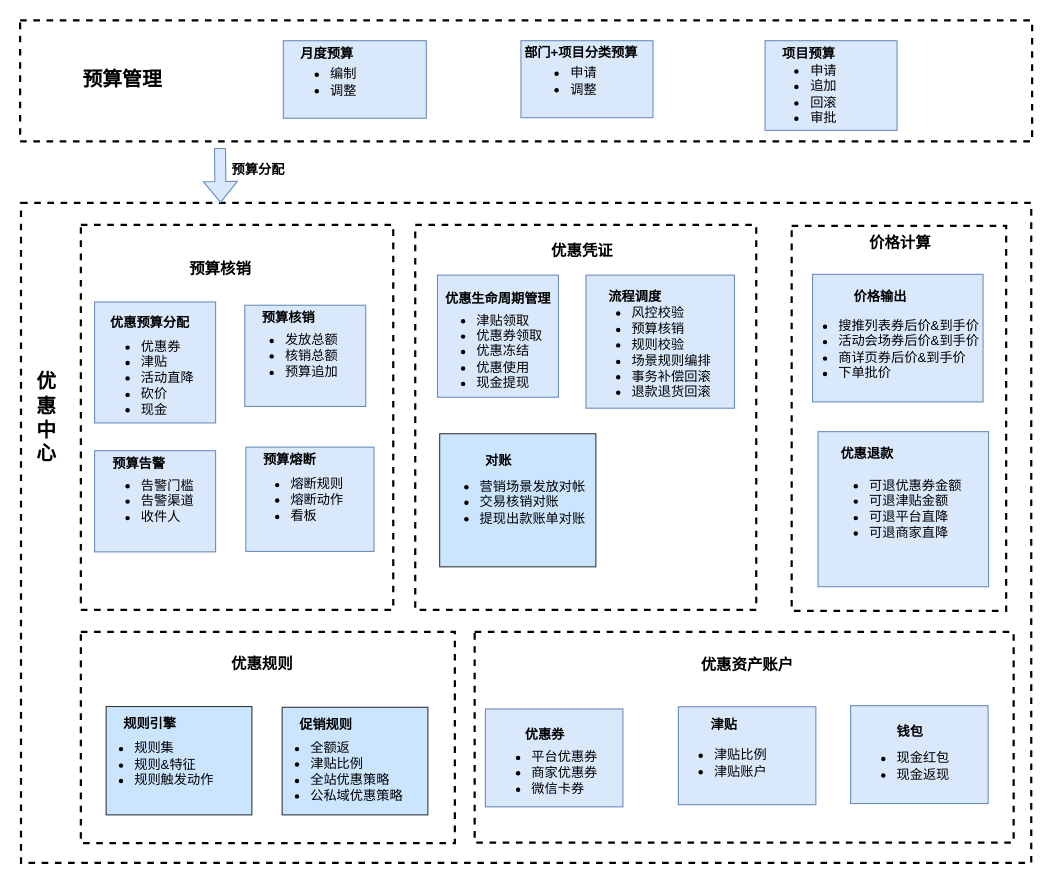
This is page "Copy of 优惠中心业务架构二期" (5 of 27) of Untitled Diagram.drawio from zengcrvip/basedemo, a draw.io file, before an edit. Source tidied: cells renumbered, new cells numbered last; positions are measured from the earlier drawing's top-left corner, leaving out a move shared by most shapes. Both pictures are drawn from the tidied source at 110%, with x=0, y=0 at pixel (20, 20).
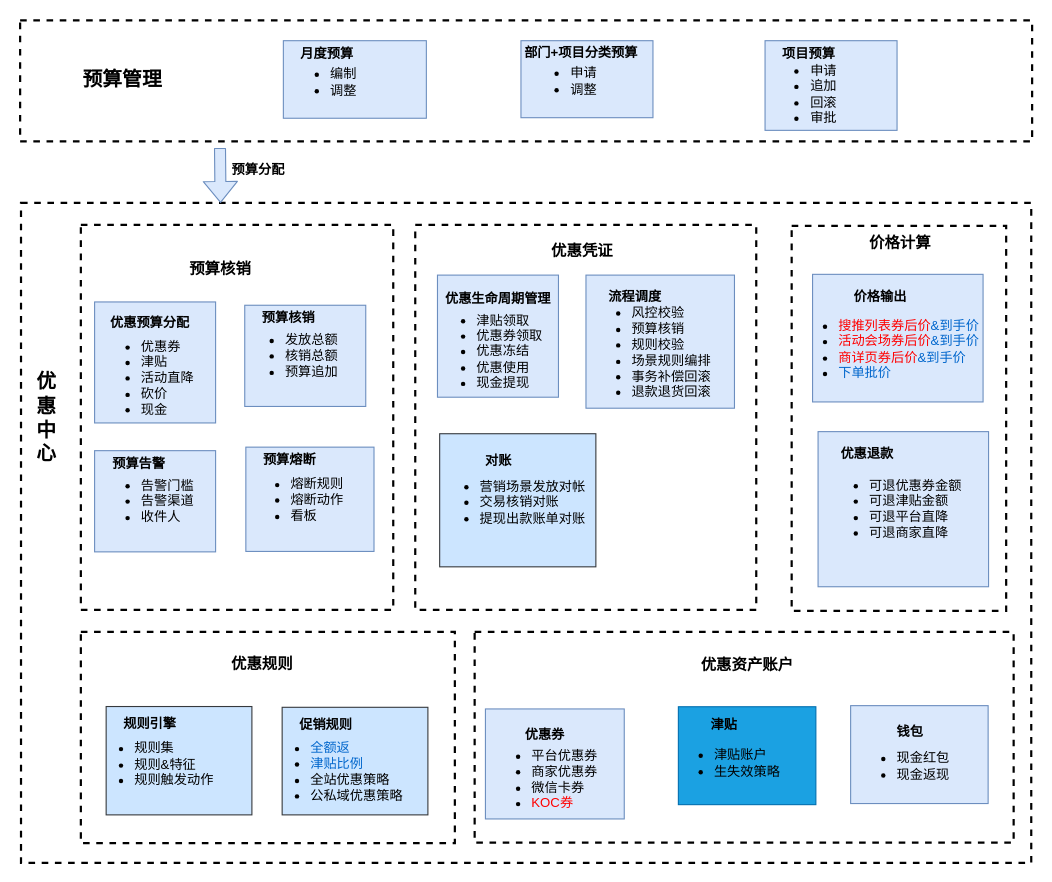
The same page after the edit.

Diff of the diagram source:
```diff
@@
-    <mxCell id="35" value="&lt;div&gt;&lt;br&gt;&lt;/div&gt;&lt;ul&gt;&lt;li&gt;搜推列表券后价&amp;amp;到手价&lt;/li&gt;&lt;li&gt;活动会场券后价&amp;amp;到手价&lt;/li&gt;&lt;li&gt;商详页券后价&amp;amp;到手价&lt;/li&gt;&lt;li&gt;下单批价&lt;/li&gt;&lt;/ul&gt;" style="text;html=1;strokeColor=none;fillColor=none;align=left;verticalAlign=middle;whiteSpace=wrap;rounded=0;" parent="1" vertex="1">
+    <mxCell id="35" value="&lt;div&gt;&lt;br&gt;&lt;/div&gt;&lt;ul&gt;&lt;li&gt;&lt;font color=&quot;#ff0000&quot;&gt;搜推列表券后价&lt;/font&gt;&lt;font color=&quot;#0066cc&quot;&gt;&amp;amp;到手价&lt;/font&gt;&lt;/li&gt;&lt;li&gt;&lt;font color=&quot;#ff0000&quot;&gt;活动会场券后价&lt;/font&gt;&lt;font color=&quot;#0066cc&quot;&gt;&amp;amp;到手价&lt;/font&gt;&lt;/li&gt;&lt;li&gt;&lt;font color=&quot;#ff0000&quot;&gt;商详页券后价&lt;/font&gt;&lt;font color=&quot;#0066cc&quot;&gt;&amp;amp;到手价&lt;/font&gt;&lt;/li&gt;&lt;li&gt;&lt;font color=&quot;#0066cc&quot;&gt;下单批价&lt;/font&gt;&lt;/li&gt;&lt;/ul&gt;" style="text;html=1;strokeColor=none;fillColor=none;align=left;verticalAlign=middle;whiteSpace=wrap;rounded=0;" parent="1" vertex="1">
       <mxGeometry x="702.2" y="236.9" width="180" height="110" as="geometry" />
     </mxCell>
@@
     <mxCell id="44" style="rounded=0;whiteSpace=wrap;html=1;fillColor=#dae8fc;strokeColor=#6c8ebf;" parent="1" vertex="1">
-      <mxGeometry x="422.8" y="626" width="125" height="89" as="geometry" />
+      <mxGeometry x="422.8" y="626" width="126.2" height="100" as="geometry" />
     </mxCell>
-    <mxCell id="45" value="&lt;ul&gt;&lt;li&gt;平台优惠券&lt;/li&gt;&lt;li&gt;商家优惠券&lt;/li&gt;&lt;li&gt;微信卡券&lt;/li&gt;&lt;/ul&gt;" style="text;html=1;strokeColor=none;fillColor=none;align=left;verticalAlign=middle;whiteSpace=wrap;rounded=0;" parent="1" vertex="1">
-      <mxGeometry x="422.8" y="643" width="160" height="81" as="geometry" />
+    <mxCell id="45" value="&lt;ul&gt;&lt;li&gt;平台优惠券&lt;/li&gt;&lt;li&gt;商家优惠券&lt;/li&gt;&lt;li&gt;微信卡券&lt;/li&gt;&lt;li&gt;&lt;font color=&quot;#ff0000&quot;&gt;KOC券&lt;/font&gt;&lt;/li&gt;&lt;/ul&gt;" style="text;html=1;strokeColor=none;fillColor=none;align=left;verticalAlign=middle;whiteSpace=wrap;rounded=0;" parent="1" vertex="1">
+      <mxGeometry x="422.8" y="649.8" width="160" height="81" as="geometry" />
     </mxCell>
@@
-    <mxCell id="47" style="rounded=0;whiteSpace=wrap;html=1;fillColor=#dae8fc;strokeColor=#6c8ebf;" parent="1" vertex="1">
+    <mxCell id="47" style="rounded=0;whiteSpace=wrap;html=1;fillColor=#1ba1e2;strokeColor=#006EAF;fontColor=#ffffff;" parent="1" vertex="1">
       <mxGeometry x="598.2" y="624" width="125" height="89" as="geometry" />
     </mxCell>
@@
-    <mxCell id="59" value="&lt;ul&gt;&lt;li&gt;津贴比例&lt;/li&gt;&lt;li&gt;津贴账户&lt;/li&gt;&lt;/ul&gt;" style="text;html=1;strokeColor=none;fillColor=none;align=left;verticalAlign=middle;whiteSpace=wrap;rounded=0;" parent="1" vertex="1">
+    <mxCell id="59" value="&lt;ul&gt;&lt;li&gt;津贴账户&lt;/li&gt;&lt;li&gt;生失效策略&lt;/li&gt;&lt;/ul&gt;" style="text;html=1;strokeColor=none;fillColor=none;align=left;verticalAlign=middle;whiteSpace=wrap;rounded=0;" parent="1" vertex="1">
       <mxGeometry x="589" y="634" width="160" height="81" as="geometry" />
     </mxCell>
@@
-    <mxCell id="68" value="&lt;div&gt;&lt;br&gt;&lt;/div&gt;&lt;ul&gt;&lt;li&gt;全额返&lt;/li&gt;&lt;li&gt;津贴比例&lt;/li&gt;&lt;li&gt;全站优惠策略&lt;/li&gt;&lt;li&gt;公私域优惠策略&lt;/li&gt;&lt;/ul&gt;" style="text;html=1;strokeColor=none;fillColor=none;align=left;verticalAlign=middle;whiteSpace=wrap;rounded=0;" parent="1" vertex="1">
+    <mxCell id="68" value="&lt;div&gt;&lt;br&gt;&lt;/div&gt;&lt;ul&gt;&lt;li&gt;&lt;font color=&quot;#0066cc&quot;&gt;全额返&lt;/font&gt;&lt;/li&gt;&lt;li&gt;&lt;font color=&quot;#0066cc&quot;&gt;津贴比例&lt;/font&gt;&lt;/li&gt;&lt;li&gt;全站优惠策略&lt;/li&gt;&lt;li&gt;公私域优惠策略&lt;/li&gt;&lt;/ul&gt;" style="text;html=1;strokeColor=none;fillColor=none;align=left;verticalAlign=middle;whiteSpace=wrap;rounded=0;" parent="1" vertex="1">
       <mxGeometry x="221.5" y="627" width="160" height="97" as="geometry" />
     </mxCell>
```
